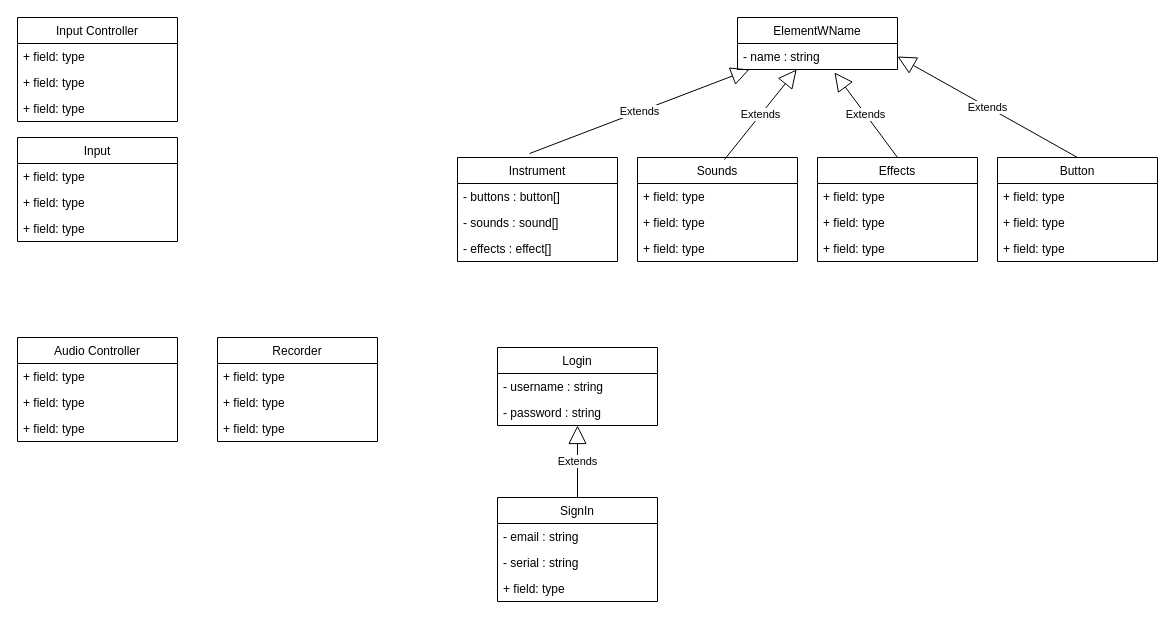
The draw.io diagram PlayInst Class Diagram.drawio in raul203al/PlayInst, before the edit. Source tidied: cells renumbered, new cells numbered last; positions are measured from the earlier drawing's top-left corner, leaving out a move shared by most shapes. Both pictures are drawn from the tidied source at 100%, with x=0, y=0 at pixel (17, 17).
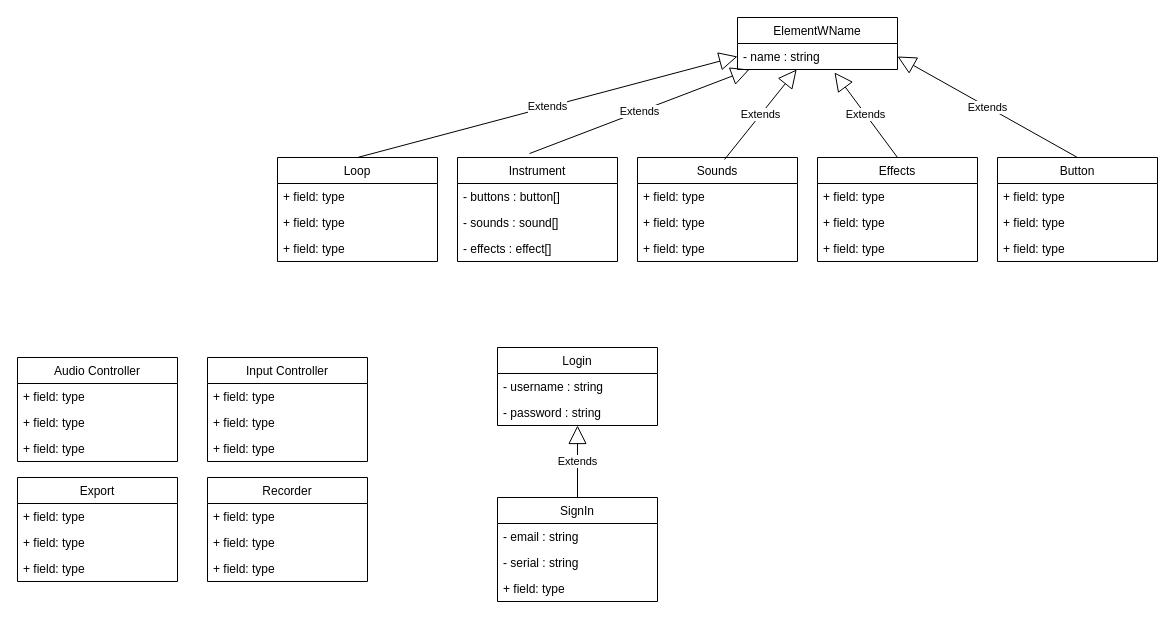
The same page after the edit.

Commit message:
PayInst Class Diagram v0.1

Mejor organización del diagrama, añadido de alguna clase y modificación de la herencia

The change refers to these unchanged cells:
```xml
<mxCell id="27" value="- name : string" style="text;strokeColor=none;fillColor=none;align=left;verticalAlign=top;spacingLeft=4;spacingRight=4;overflow=hidden;points=[[0,0.5],[1,0.5]];portConstraint=eastwest;" parent="26" vertex="1">
  <mxGeometry y="26" width="160" height="26" as="geometry" />
</mxCell>
```

Change to the diagram source:
```diff
@@
     <mxCell id="10" value="Input Controller" style="swimlane;fontStyle=0;horizontal=1;startSize=26;fillColor=none;" parent="1" vertex="1">
-      <mxGeometry width="160" height="104" as="geometry" />
+      <mxGeometry x="190" y="340" width="160" height="104" as="geometry" />
     </mxCell>
@@
-    <mxCell id="14" value="Input" style="swimlane;fontStyle=0;horizontal=1;startSize=26;fillColor=none;" parent="1" vertex="1">
-      <mxGeometry y="120" width="160" height="104" as="geometry" />
-    </mxCell>
-    <mxCell id="15" value="+ field: type" style="text;strokeColor=none;fillColor=none;align=left;verticalAlign=top;spacingLeft=4;spacingRight=4;overflow=hidden;" parent="14" vertex="1">
-      <mxGeometry y="26" width="160" height="26" as="geometry" />
-    </mxCell>
-    <mxCell id="16" value="+ field: type" style="text;strokeColor=none;fillColor=none;align=left;verticalAlign=top;spacingLeft=4;spacingRight=4;overflow=hidden;" parent="14" vertex="1">
-      <mxGeometry y="52" width="160" height="26" as="geometry" />
-    </mxCell>
-    <mxCell id="17" value="+ field: type" style="text;strokeColor=none;fillColor=none;align=left;verticalAlign=top;spacingLeft=4;spacingRight=4;overflow=hidden;" parent="14" vertex="1">
-      <mxGeometry y="78" width="160" height="26" as="geometry" />
-    </mxCell>
     <mxCell id="18" value="Audio Controller" style="swimlane;fontStyle=0;horizontal=1;startSize=26;fillColor=none;" parent="1" vertex="1">
-      <mxGeometry y="320" width="160" height="104" as="geometry" />
+      <mxGeometry y="340" width="160" height="104" as="geometry" />
     </mxCell>
@@
     <mxCell id="35" value="Recorder" style="swimlane;fontStyle=0;horizontal=1;startSize=26;fillColor=none;" parent="1" vertex="1">
-      <mxGeometry x="200" y="320" width="160" height="104" as="geometry" />
+      <mxGeometry x="190" y="460" width="160" height="104" as="geometry" />
     </mxCell>
@@
+    <mxCell id="48" value="Export" style="swimlane;fontStyle=0;horizontal=1;startSize=26;fillColor=none;" parent="1" vertex="1">
+      <mxGeometry y="460" width="160" height="104" as="geometry" />
+    </mxCell>
+    <mxCell id="49" value="+ field: type" style="text;strokeColor=none;fillColor=none;align=left;verticalAlign=top;spacingLeft=4;spacingRight=4;overflow=hidden;" parent="48" vertex="1">
+      <mxGeometry y="26" width="160" height="26" as="geometry" />
+    </mxCell>
+    <mxCell id="50" value="+ field: type" style="text;strokeColor=none;fillColor=none;align=left;verticalAlign=top;spacingLeft=4;spacingRight=4;overflow=hidden;" parent="48" vertex="1">
+      <mxGeometry y="52" width="160" height="26" as="geometry" />
+    </mxCell>
+    <mxCell id="51" value="+ field: type" style="text;strokeColor=none;fillColor=none;align=left;verticalAlign=top;spacingLeft=4;spacingRight=4;overflow=hidden;" parent="48" vertex="1">
+      <mxGeometry y="78" width="160" height="26" as="geometry" />
+    </mxCell>
+    <mxCell id="52" value="Loop" style="swimlane;fontStyle=0;horizontal=1;startSize=26;fillColor=none;" parent="1" vertex="1">
+      <mxGeometry x="260" y="140" width="160" height="104" as="geometry" />
+    </mxCell>
+    <mxCell id="53" value="+ field: type" style="text;strokeColor=none;fillColor=none;align=left;verticalAlign=top;spacingLeft=4;spacingRight=4;overflow=hidden;" parent="52" vertex="1">
+      <mxGeometry y="26" width="160" height="26" as="geometry" />
+    </mxCell>
+    <mxCell id="54" value="+ field: type" style="text;strokeColor=none;fillColor=none;align=left;verticalAlign=top;spacingLeft=4;spacingRight=4;overflow=hidden;" parent="52" vertex="1">
+      <mxGeometry y="52" width="160" height="26" as="geometry" />
+    </mxCell>
+    <mxCell id="55" value="+ field: type" style="text;strokeColor=none;fillColor=none;align=left;verticalAlign=top;spacingLeft=4;spacingRight=4;overflow=hidden;" parent="52" vertex="1">
+      <mxGeometry y="78" width="160" height="26" as="geometry" />
+    </mxCell>
+    <mxCell id="56" value="Extends" style="endArrow=block;endSize=16;endFill=0;html=1;rounded=0;entryX=0;entryY=0.5;entryDx=0;entryDy=0;exitX=0.5;exitY=0;exitDx=0;exitDy=0;" parent="1" edge="1" source="52" target="27">
+      <mxGeometry relative="1" as="geometry" />
+    </mxCell>
```
